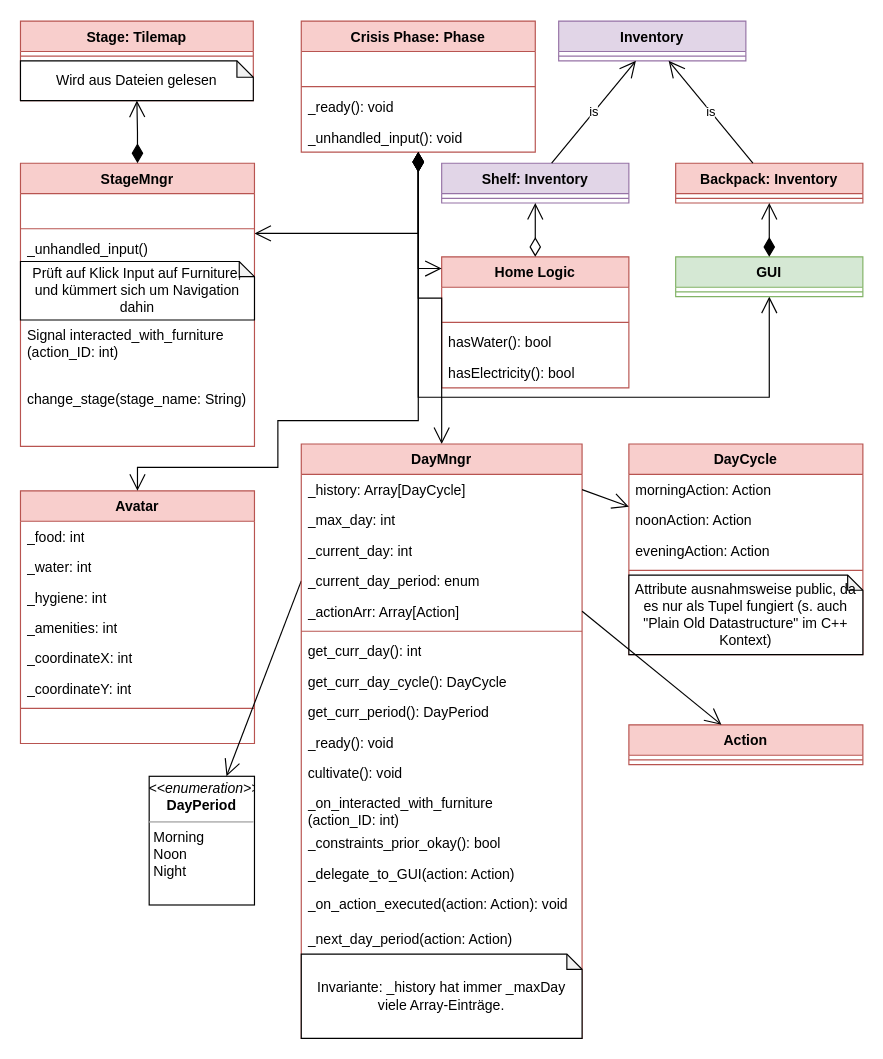
Before: page "Crisis Phase" (4 of 5) of doc/emergenCITY_SEArchitecture.drawio in Spexify/emergenCity, a draw.io diagram. Source tidied: cells renumbered, new cells numbered last; positions are measured from the earlier drawing's top-left corner, leaving out a move shared by most shapes. Both pictures are drawn from the tidied source at 117%, with x=0, y=0 at pixel (20, 20).
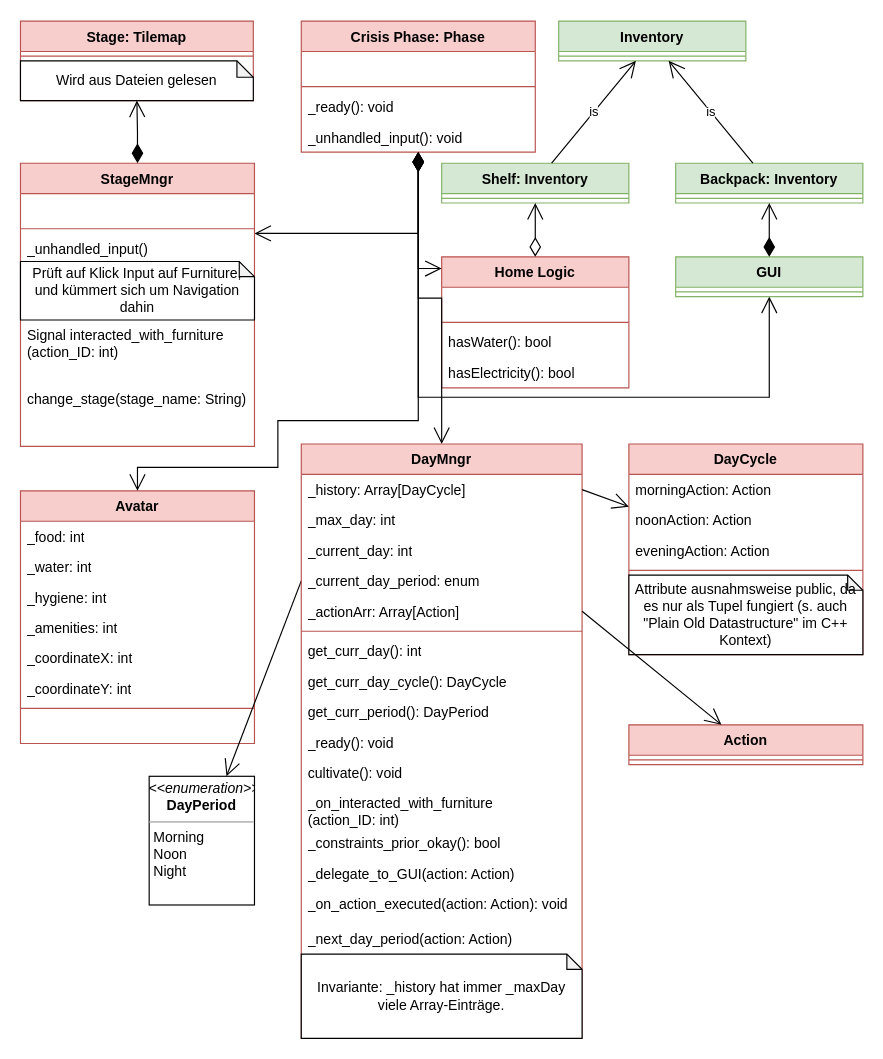
Above is the later version.

The edit, as a diff of the source:
```diff
@@
-    <mxCell id="21" value="Shelf: Inventory" style="swimlane;fontStyle=1;align=center;verticalAlign=top;horizontal=1;startSize=26;whiteSpace=wrap;html=1;fillColor=#e1d5e7;strokeColor=#9673a6;" parent="1" vertex="1">
+    <mxCell id="21" value="Shelf: Inventory" style="swimlane;fontStyle=1;align=center;verticalAlign=top;horizontal=1;startSize=26;whiteSpace=wrap;html=1;fillColor=#d5e8d4;strokeColor=#82b366;" parent="1" vertex="1">
       <mxGeometry x="360" y="122" width="160" height="34" as="geometry" />
     </mxCell>
@@
-    <mxCell id="35" value="Inventory" style="swimlane;fontStyle=1;align=center;verticalAlign=top;horizontal=1;startSize=26;whiteSpace=wrap;html=1;fillColor=#e1d5e7;strokeColor=#9673a6;" parent="1" vertex="1">
+    <mxCell id="35" value="Inventory" style="swimlane;fontStyle=1;align=center;verticalAlign=top;horizontal=1;startSize=26;whiteSpace=wrap;html=1;fillColor=#d5e8d4;strokeColor=#82b366;" parent="1" vertex="1">
       <mxGeometry x="460" y="0.5" width="160" height="34" as="geometry" />
     </mxCell>
@@
-    <mxCell id="37" value="Backpack: Inventory" style="swimlane;fontStyle=1;align=center;verticalAlign=top;horizontal=1;startSize=26;whiteSpace=wrap;html=1;fillColor=#f8cecc;strokeColor=#b85450;" parent="1" vertex="1">
+    <mxCell id="37" value="Backpack: Inventory" style="swimlane;fontStyle=1;align=center;verticalAlign=top;horizontal=1;startSize=26;whiteSpace=wrap;html=1;fillColor=#d5e8d4;strokeColor=#82b366;" parent="1" vertex="1">
       <mxGeometry x="560" y="122" width="160" height="34" as="geometry" />
     </mxCell>
```
